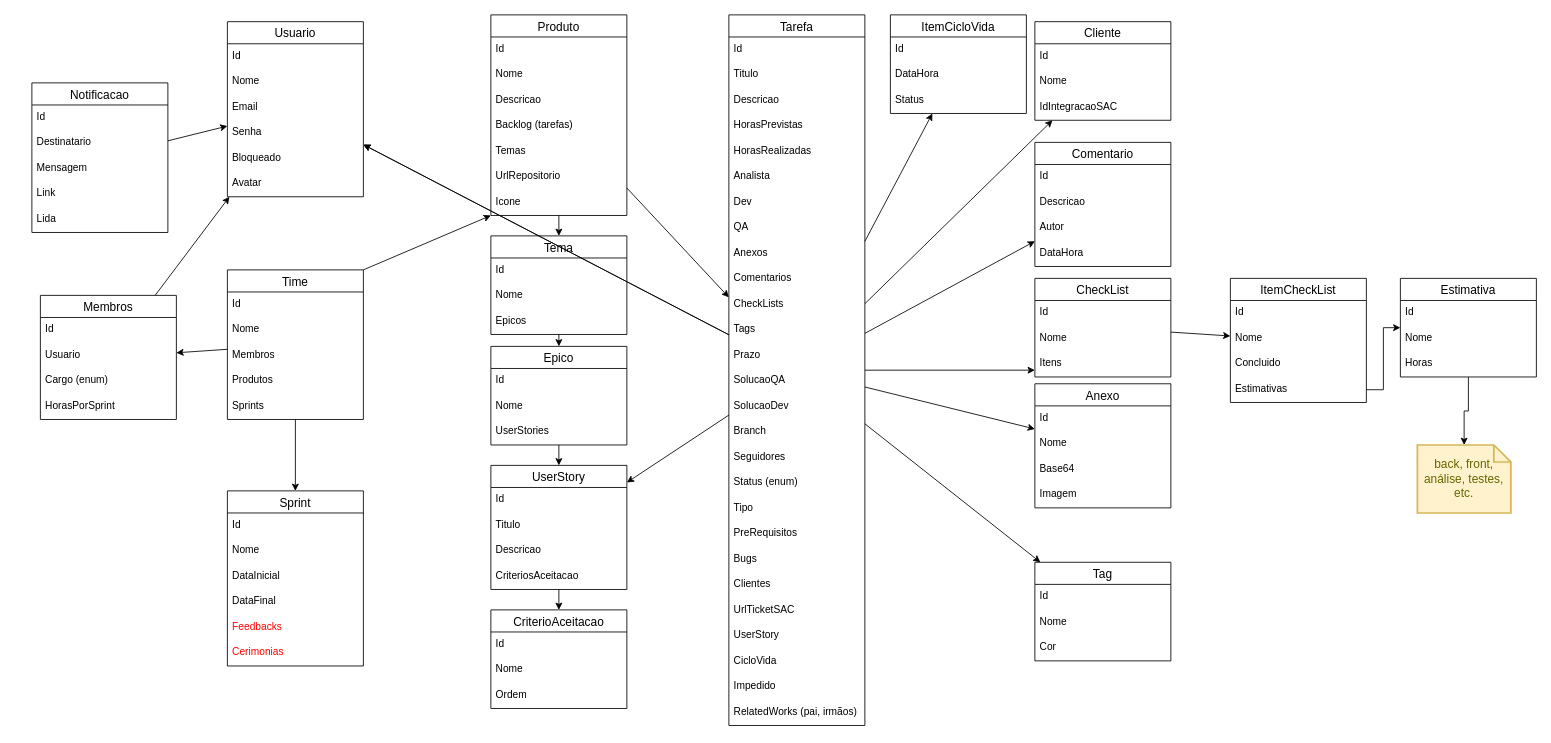
ddsdaniel/Agilis keeps this draw.io diagram as back-end/docs/Untitled Diagram.drawio. Above is the earlier version. Source tidied: cells renumbered, new cells numbered last; positions are measured from the earlier drawing's top-left corner, leaving out a move shared by most shapes. Both pictures are drawn from the tidied source at 85%, with x=0, y=0 at pixel (31, 14).
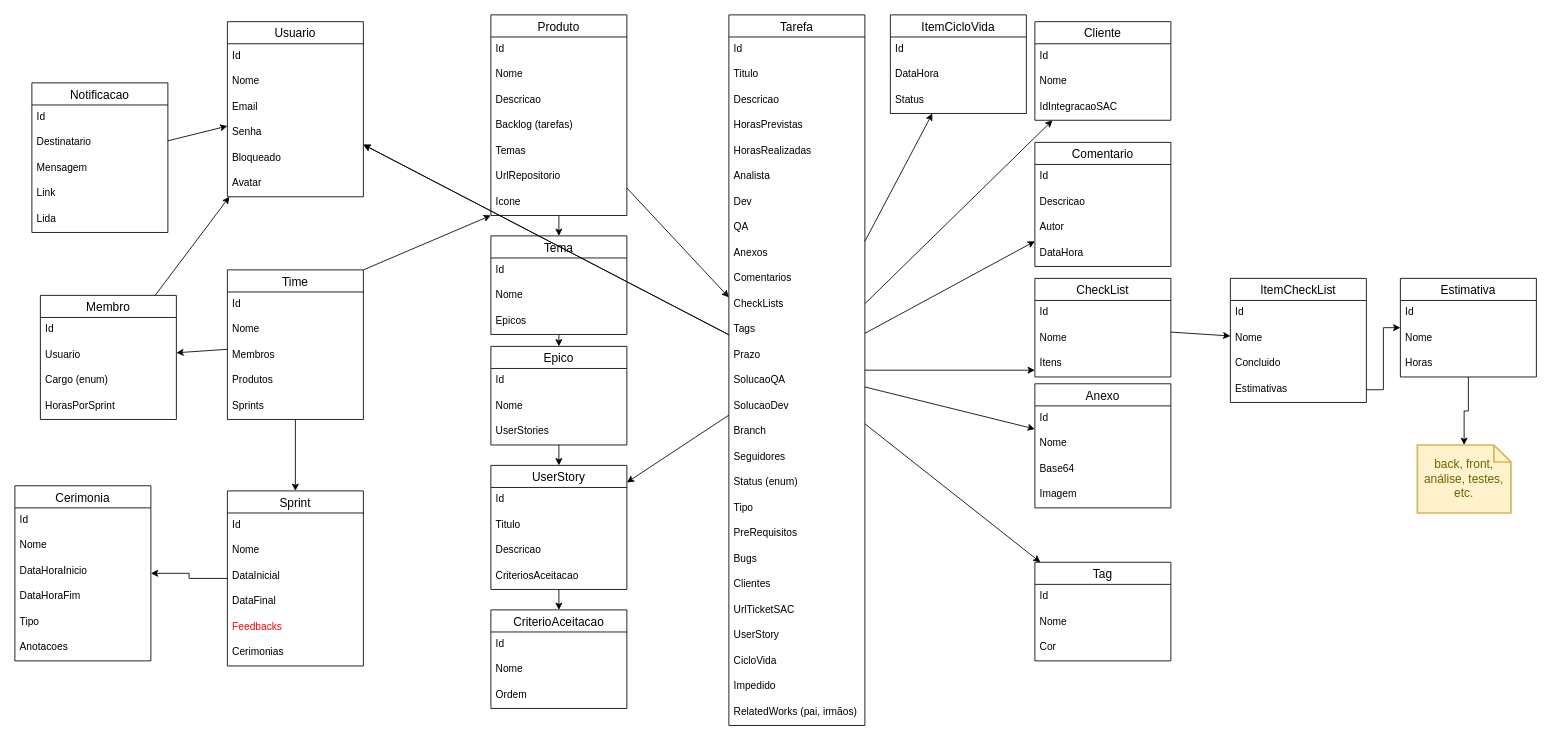
The same diagram, later.

The change refers to these unchanged cells:
```xml
<mxCell id="2" value="Sprint" style="swimlane;fontStyle=0;horizontal=1;startSize=26;align=center;fontSize=14;" parent="1" vertex="1">
  <mxGeometry x="230" y="560" width="160" height="206" as="geometry" />
</mxCell>
```

Change to the diagram source:
```diff
@@
+    <mxCell id="144" style="edgeStyle=orthogonalEdgeStyle;rounded=0;jettySize=auto;html=1;" parent="1" edge="1" source="2" target="145">
+      <mxGeometry relative="1" as="geometry" />
+    </mxCell>
@@
-    <mxCell id="8" value="Cerimonias" style="text;strokeColor=none;fillColor=none;spacingLeft=4;spacingRight=4;overflow=hidden;fontSize=12;fontColor=#FF0000;" parent="2" vertex="1">
+    <mxCell id="8" value="Cerimonias" style="text;spacingLeft=4;spacingRight=4;overflow=hidden;fontSize=12;" parent="2" vertex="1">
       <mxGeometry y="176" width="160" height="30" as="geometry" />
     </mxCell>
@@
-    <mxCell id="121" value="Membros" style="swimlane;fontStyle=0;horizontal=1;startSize=26;align=center;fontSize=14;" parent="1" vertex="1">
+    <mxCell id="121" value="Membro" style="swimlane;fontStyle=0;horizontal=1;startSize=26;align=center;fontSize=14;" parent="1" vertex="1">
       <mxGeometry x="10" y="330" width="160" height="146" as="geometry" />
     </mxCell>
@@
+    <mxCell id="145" value="Cerimonia" style="swimlane;fontStyle=0;horizontal=1;startSize=26;align=center;fontSize=14;" parent="1" vertex="1">
+      <mxGeometry x="-20" y="554" width="160" height="206" as="geometry" />
+    </mxCell>
+    <mxCell id="146" value="Id" style="text;strokeColor=none;fillColor=none;spacingLeft=4;spacingRight=4;overflow=hidden;fontSize=12;" parent="145" vertex="1">
+      <mxGeometry y="26" width="160" height="30" as="geometry" />
+    </mxCell>
+    <mxCell id="147" value="Nome" style="text;strokeColor=none;fillColor=none;spacingLeft=4;spacingRight=4;overflow=hidden;fontSize=12;" parent="145" vertex="1">
+      <mxGeometry y="56" width="160" height="30" as="geometry" />
+    </mxCell>
+    <mxCell id="148" value="DataHoraInicio" style="text;strokeColor=none;fillColor=none;spacingLeft=4;spacingRight=4;overflow=hidden;fontSize=12;" parent="145" vertex="1">
+      <mxGeometry y="86" width="160" height="30" as="geometry" />
+    </mxCell>
+    <mxCell id="149" value="DataHoraFim" style="text;strokeColor=none;fillColor=none;spacingLeft=4;spacingRight=4;overflow=hidden;fontSize=12;" parent="145" vertex="1">
+      <mxGeometry y="116" width="160" height="30" as="geometry" />
+    </mxCell>
+    <mxCell id="150" value="Tipo" style="text;strokeColor=none;fillColor=none;spacingLeft=4;spacingRight=4;overflow=hidden;fontSize=12;" parent="145" vertex="1">
+      <mxGeometry y="146" width="160" height="30" as="geometry" />
+    </mxCell>
+    <mxCell id="151" value="Anotacoes" style="text;strokeColor=none;fillColor=none;spacingLeft=4;spacingRight=4;overflow=hidden;fontSize=12;" parent="145" vertex="1">
+      <mxGeometry y="176" width="160" height="30" as="geometry" />
+    </mxCell>
```
